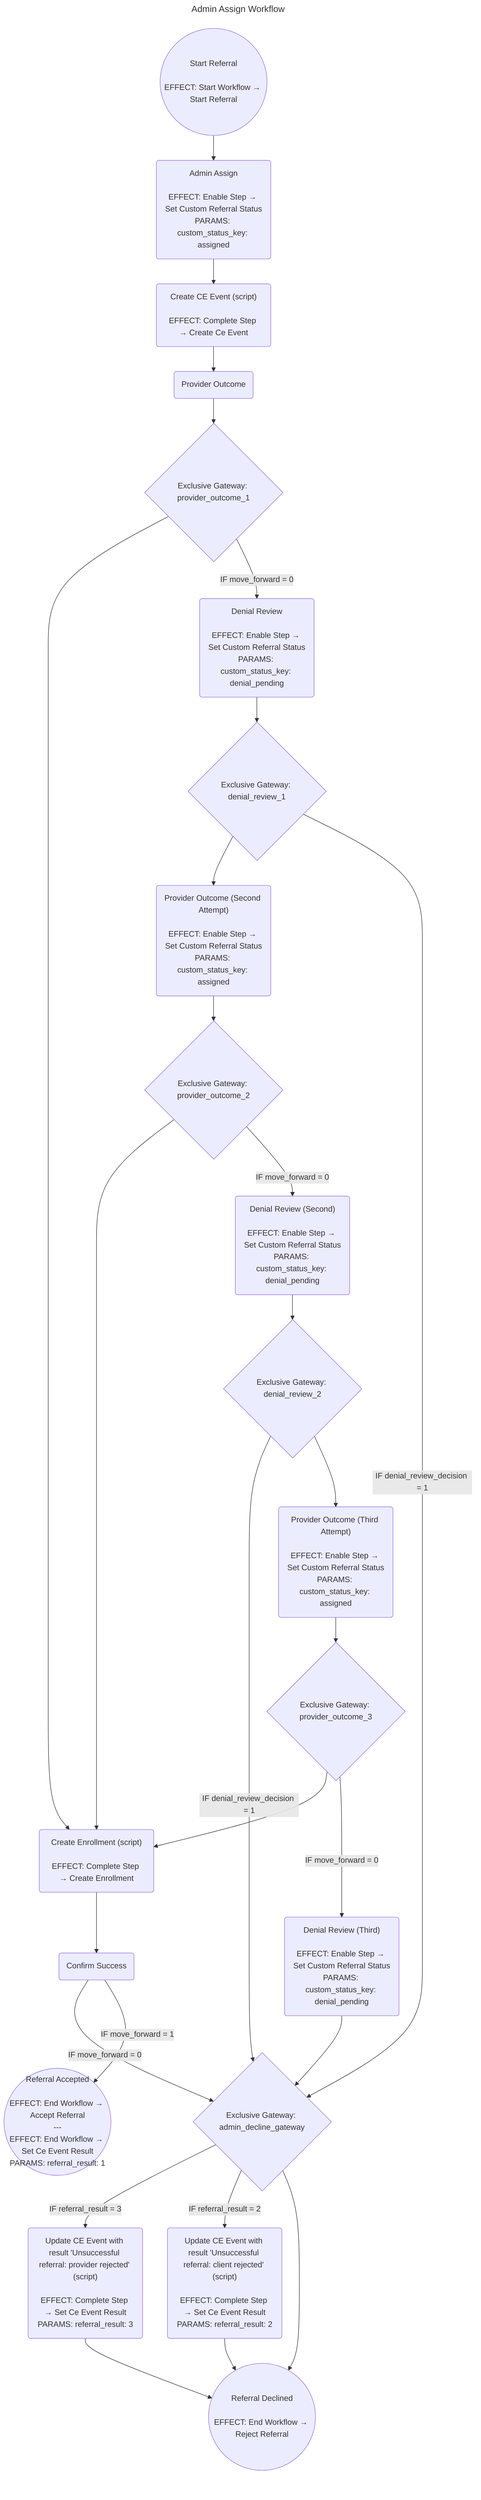
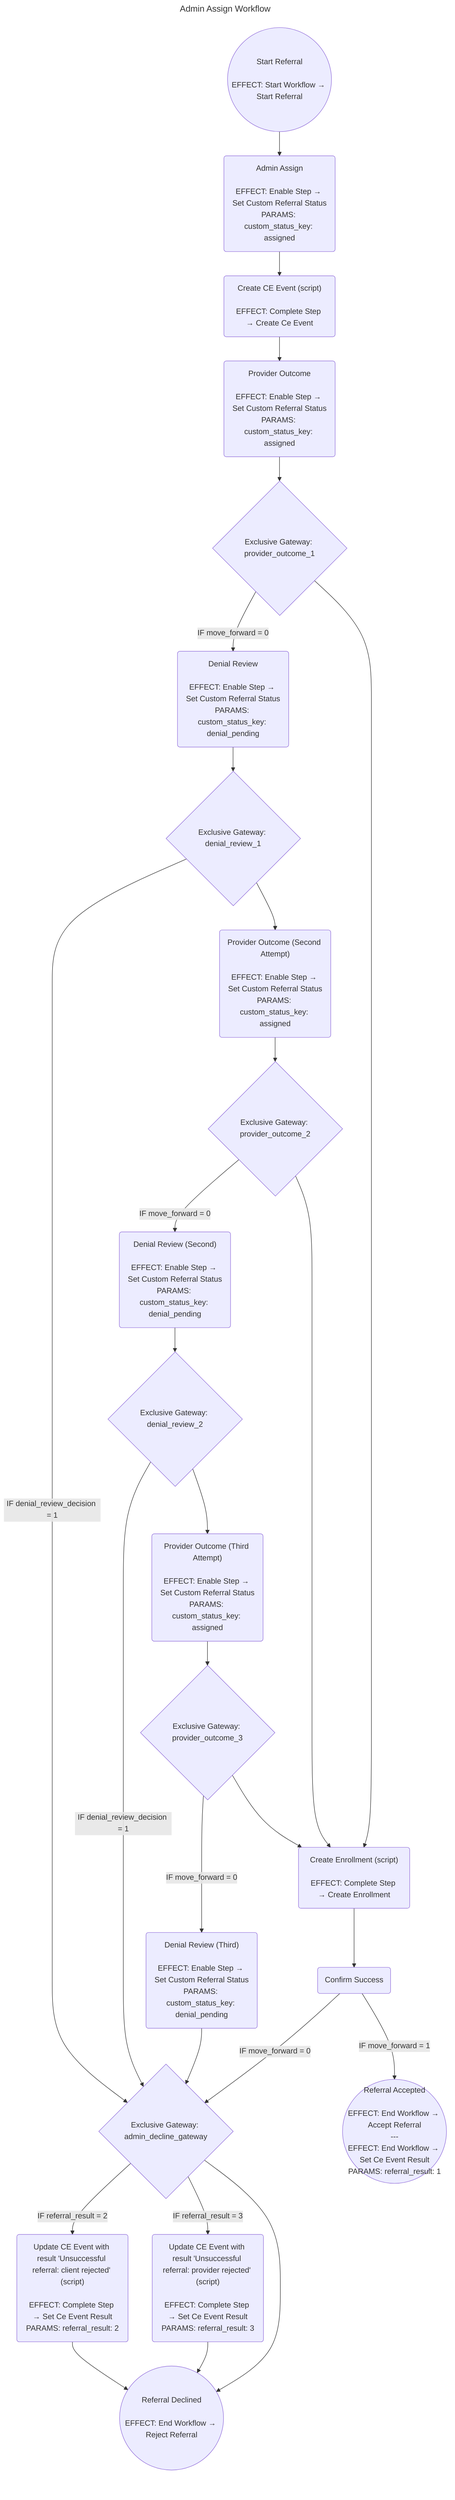
---
title: Admin Assign Workflow
---
flowchart TD
- start_referral_1886(("Start Referral<br/><br/>EFFECT: Start Workflow → Start Referral"))
- start_referral_1886--> admin_assign_1887
- admin_assign_1887("Admin Assign<br/><br/>EFFECT: Enable Step → Set Custom Referral Status<br/>PARAMS: custom_status_key: assigned")
- admin_assign_1887--> create_ce_event_1891
- create_ce_event_1891("Create CE Event (script)<br/><br/>EFFECT: Complete Step → Create Ce Event")
- create_ce_event_1891--> provider_outcome_1888
- provider_outcome_1888("Provider Outcome")
- provider_outcome_1888--> exclusive_gateway_provider_outcome_1_1902
- exclusive_gateway_provider_outcome_1_1902{"Exclusive Gateway: provider_outcome_1"}
- exclusive_gateway_provider_outcome_1_1902--> create_enrollment_1894
- exclusive_gateway_provider_outcome_1_1902-- IF move_forward = 0 --> denial_review_1895
- denial_review_1895("Denial Review<br/><br/>EFFECT: Enable Step → Set Custom Referral Status<br/>PARAMS: custom_status_key: denial_pending")
- denial_review_1895--> exclusive_gateway_denial_review_1_1905
- exclusive_gateway_denial_review_1_1905{"Exclusive Gateway: denial_review_1"}
- exclusive_gateway_denial_review_1_1905--> provider_outcome_second_attempt_1889
- exclusive_gateway_denial_review_1_1905-- IF denial_review_decision = 1 --> exclusive_gateway_admin_decline_gateway_1901
- exclusive_gateway_admin_decline_gateway_1901{"Exclusive Gateway: admin_decline_gateway"}
- exclusive_gateway_denial_review_2_1906-- IF denial_review_decision = 1 --> exclusive_gateway_admin_decline_gateway_1901
- denial_review_third_1897--> exclusive_gateway_admin_decline_gateway_1901
- confirm_success_1898-- IF move_forward = 0 --> exclusive_gateway_admin_decline_gateway_1901
- exclusive_gateway_admin_decline_gateway_1901-- IF referral_result = 3 --> update_ce_event_with_result_unsuccessful_referral_provider_rejected_1892
- exclusive_gateway_admin_decline_gateway_1901-- IF referral_result = 2 --> update_ce_event_with_result_unsuccessful_referral_client_rejected_1893
- exclusive_gateway_admin_decline_gateway_1901--> referral_declined_1900
- update_ce_event_with_result_unsuccessful_referral_client_rejected_1893("Update CE Event with result 'Unsuccessful referral: client rejected' (script)<br/><br/>EFFECT: Complete Step → Set Ce Event Result<br/>PARAMS: referral_result: 2")
- update_ce_event_with_result_unsuccessful_referral_client_rejected_1893--> referral_declined_1900
- referral_declined_1900(("Referral Declined<br/><br/>EFFECT: End Workflow → Reject Referral"))
- update_ce_event_with_result_unsuccessful_referral_provider_rejected_1892--> referral_declined_1900
- update_ce_event_with_result_unsuccessful_referral_provider_rejected_1892("Update CE Event with result 'Unsuccessful referral: provider rejected' (script)<br/><br/>EFFECT: Complete Step → Set Ce Event Result<br/>PARAMS: referral_result: 3")
- provider_outcome_second_attempt_1889("Provider Outcome (Second Attempt)<br/><br/>EFFECT: Enable Step → Set Custom Referral Status<br/>PARAMS: custom_status_key: assigned")
- provider_outcome_second_attempt_1889--> exclusive_gateway_provider_outcome_2_1903
- exclusive_gateway_provider_outcome_2_1903{"Exclusive Gateway: provider_outcome_2"}
- exclusive_gateway_provider_outcome_2_1903--> create_enrollment_1894
- exclusive_gateway_provider_outcome_2_1903-- IF move_forward = 0 --> denial_review_second_1896
- denial_review_second_1896("Denial Review (Second)<br/><br/>EFFECT: Enable Step → Set Custom Referral Status<br/>PARAMS: custom_status_key: denial_pending")
- denial_review_second_1896--> exclusive_gateway_denial_review_2_1906
- exclusive_gateway_denial_review_2_1906{"Exclusive Gateway: denial_review_2"}
- exclusive_gateway_denial_review_2_1906--> provider_outcome_third_attempt_1890
- provider_outcome_third_attempt_1890("Provider Outcome (Third Attempt)<br/><br/>EFFECT: Enable Step → Set Custom Referral Status<br/>PARAMS: custom_status_key: assigned")
- provider_outcome_third_attempt_1890--> exclusive_gateway_provider_outcome_3_1904
- exclusive_gateway_provider_outcome_3_1904{"Exclusive Gateway: provider_outcome_3"}
- exclusive_gateway_provider_outcome_3_1904--> create_enrollment_1894
- exclusive_gateway_provider_outcome_3_1904-- IF move_forward = 0 --> denial_review_third_1897
- denial_review_third_1897("Denial Review (Third)<br/><br/>EFFECT: Enable Step → Set Custom Referral Status<br/>PARAMS: custom_status_key: denial_pending")
- create_enrollment_1894("Create Enrollment (script)<br/><br/>EFFECT: Complete Step → Create Enrollment")
- create_enrollment_1894--> confirm_success_1898
- confirm_success_1898("Confirm Success")
- confirm_success_1898-- IF move_forward = 1 --> referral_accepted_1899
- referral_accepted_1899(("Referral Accepted<br/><br/>EFFECT: End Workflow → Accept Referral<br/>---<br/>EFFECT: End Workflow → Set Ce Event Result<br/>PARAMS: referral_result: 1"))+ start_referral_1975(("Start Referral<br/><br/>EFFECT: Start Workflow → Start Referral"))
+ start_referral_1975--> admin_assign_1976
+ admin_assign_1976("Admin Assign<br/><br/>EFFECT: Enable Step → Set Custom Referral Status<br/>PARAMS: custom_status_key: assigned")
+ admin_assign_1976--> create_ce_event_1977
+ create_ce_event_1977("Create CE Event (script)<br/><br/>EFFECT: Complete Step → Create Ce Event")
+ create_ce_event_1977--> provider_outcome_1978
+ provider_outcome_1978("Provider Outcome<br/><br/>EFFECT: Enable Step → Set Custom Referral Status<br/>PARAMS: custom_status_key: assigned")
+ provider_outcome_1978--> exclusive_gateway_provider_outcome_1_1991
+ exclusive_gateway_provider_outcome_1_1991{"Exclusive Gateway: provider_outcome_1"}
+ exclusive_gateway_provider_outcome_1_1991-- IF move_forward = 0 --> denial_review_1981
+ exclusive_gateway_provider_outcome_1_1991--> create_enrollment_1987
+ denial_review_1981("Denial Review<br/><br/>EFFECT: Enable Step → Set Custom Referral Status<br/>PARAMS: custom_status_key: denial_pending")
+ denial_review_1981--> exclusive_gateway_denial_review_1_1994
+ exclusive_gateway_denial_review_1_1994{"Exclusive Gateway: denial_review_1"}
+ exclusive_gateway_denial_review_1_1994-- IF denial_review_decision = 1 --> exclusive_gateway_admin_decline_gateway_1990
+ exclusive_gateway_denial_review_1_1994--> provider_outcome_second_attempt_1979
+ exclusive_gateway_admin_decline_gateway_1990{"Exclusive Gateway: admin_decline_gateway"}
+ exclusive_gateway_denial_review_2_1995-- IF denial_review_decision = 1 --> exclusive_gateway_admin_decline_gateway_1990
+ denial_review_third_1983--> exclusive_gateway_admin_decline_gateway_1990
+ confirm_success_1984-- IF move_forward = 0 --> exclusive_gateway_admin_decline_gateway_1990
+ exclusive_gateway_admin_decline_gateway_1990-- IF referral_result = 2 --> update_ce_event_with_result_unsuccessful_referral_client_rejected_1986
+ exclusive_gateway_admin_decline_gateway_1990-- IF referral_result = 3 --> update_ce_event_with_result_unsuccessful_referral_provider_rejected_1985
+ exclusive_gateway_admin_decline_gateway_1990--> referral_declined_1989
+ update_ce_event_with_result_unsuccessful_referral_client_rejected_1986("Update CE Event with result 'Unsuccessful referral: client rejected' (script)<br/><br/>EFFECT: Complete Step → Set Ce Event Result<br/>PARAMS: referral_result: 2")
+ update_ce_event_with_result_unsuccessful_referral_client_rejected_1986--> referral_declined_1989
+ referral_declined_1989(("Referral Declined<br/><br/>EFFECT: End Workflow → Reject Referral"))
+ update_ce_event_with_result_unsuccessful_referral_provider_rejected_1985--> referral_declined_1989
+ update_ce_event_with_result_unsuccessful_referral_provider_rejected_1985("Update CE Event with result 'Unsuccessful referral: provider rejected' (script)<br/><br/>EFFECT: Complete Step → Set Ce Event Result<br/>PARAMS: referral_result: 3")
+ provider_outcome_second_attempt_1979("Provider Outcome (Second Attempt)<br/><br/>EFFECT: Enable Step → Set Custom Referral Status<br/>PARAMS: custom_status_key: assigned")
+ provider_outcome_second_attempt_1979--> exclusive_gateway_provider_outcome_2_1992
+ exclusive_gateway_provider_outcome_2_1992{"Exclusive Gateway: provider_outcome_2"}
+ exclusive_gateway_provider_outcome_2_1992-- IF move_forward = 0 --> denial_review_second_1982
+ exclusive_gateway_provider_outcome_2_1992--> create_enrollment_1987
+ denial_review_second_1982("Denial Review (Second)<br/><br/>EFFECT: Enable Step → Set Custom Referral Status<br/>PARAMS: custom_status_key: denial_pending")
+ denial_review_second_1982--> exclusive_gateway_denial_review_2_1995
+ exclusive_gateway_denial_review_2_1995{"Exclusive Gateway: denial_review_2"}
+ exclusive_gateway_denial_review_2_1995--> provider_outcome_third_attempt_1980
+ provider_outcome_third_attempt_1980("Provider Outcome (Third Attempt)<br/><br/>EFFECT: Enable Step → Set Custom Referral Status<br/>PARAMS: custom_status_key: assigned")
+ provider_outcome_third_attempt_1980--> exclusive_gateway_provider_outcome_3_1993
+ exclusive_gateway_provider_outcome_3_1993{"Exclusive Gateway: provider_outcome_3"}
+ exclusive_gateway_provider_outcome_3_1993-- IF move_forward = 0 --> denial_review_third_1983
+ exclusive_gateway_provider_outcome_3_1993--> create_enrollment_1987
+ denial_review_third_1983("Denial Review (Third)<br/><br/>EFFECT: Enable Step → Set Custom Referral Status<br/>PARAMS: custom_status_key: denial_pending")
+ create_enrollment_1987("Create Enrollment (script)<br/><br/>EFFECT: Complete Step → Create Enrollment")
+ create_enrollment_1987--> confirm_success_1984
+ confirm_success_1984("Confirm Success")
+ confirm_success_1984-- IF move_forward = 1 --> referral_accepted_1988
+ referral_accepted_1988(("Referral Accepted<br/><br/>EFFECT: End Workflow → Accept Referral<br/>---<br/>EFFECT: End Workflow → Set Ce Event Result<br/>PARAMS: referral_result: 1"))